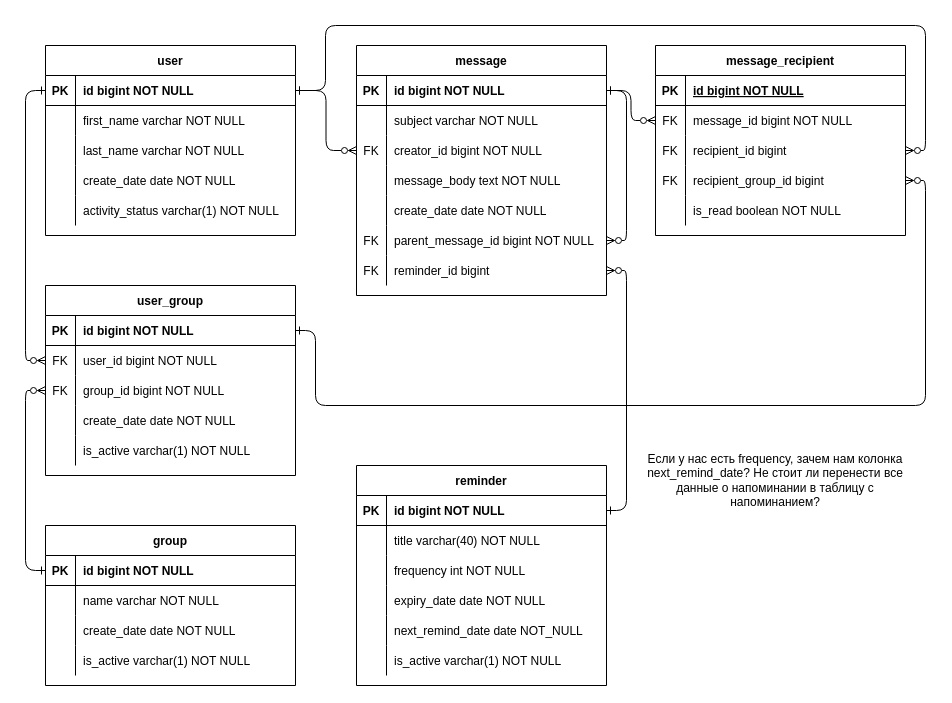
Before: diagrams/Users data.drawio in WayayueGyee/Social-network-backend, a draw.io diagram. Source tidied: cells renumbered, new cells numbered last; positions are measured from the earlier drawing's top-left corner, leaving out a move shared by most shapes. Both pictures are drawn from the tidied source at 100%, with x=0, y=0 at pixel (45, 25).
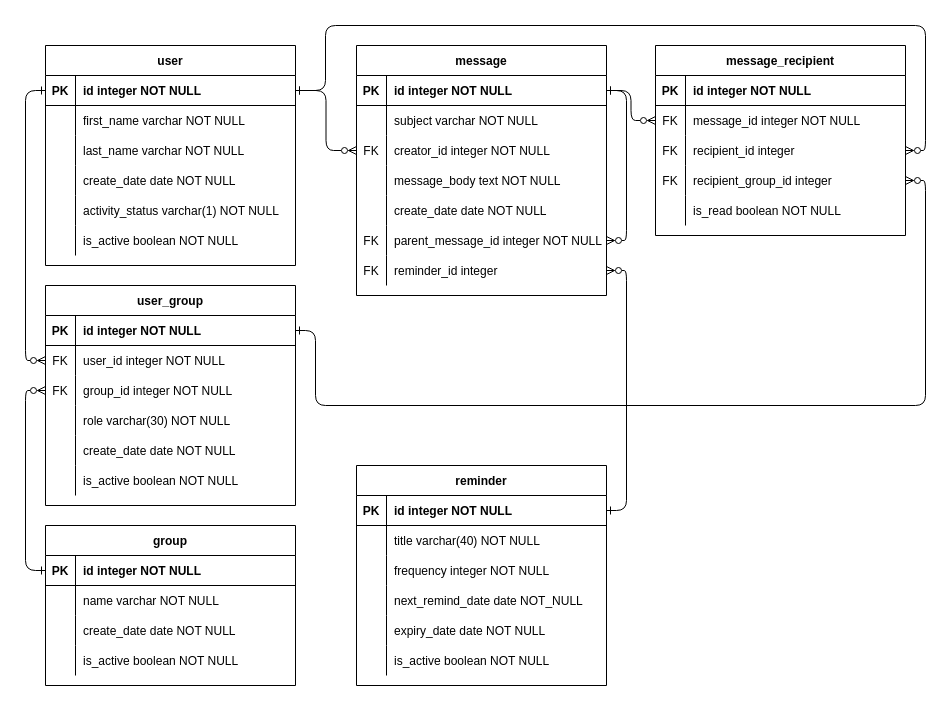
The same diagram, later.

Commit message:
Changed all bigint to integer.drawio

The change refers to these unchanged cells:
```xml
<mxCell id="4" style="shape=partialRectangle;fillColor=none;points=[[0,0.5],[1,0.5]];portConstraint=eastwest;top=0;left=0;right=0;bottom=1;" parent="2" vertex="1">
  <mxGeometry y="30" width="250" height="30" as="geometry" />
</mxCell>
<mxCell id="10" style="shape=partialRectangle;fillColor=none;points=[[0,0.5],[1,0.5]];portConstraint=eastwest;top=0;left=0;right=0;bottom=0;" parent="2" vertex="1">
  <mxGeometry y="90" width="250" height="30" as="geometry" />
</mxCell>
<mxCell id="19" style="shape=partialRectangle;fillColor=none;points=[[0,0.5],[1,0.5]];portConstraint=eastwest;top=0;left=0;right=0;bottom=0;" parent="2" vertex="1">
  <mxGeometry y="180" width="250" height="30" as="geometry" />
</mxCell>
<mxCell id="22" style="shape=partialRectangle;fillColor=none;points=[[0,0.5],[1,0.5]];portConstraint=eastwest;top=0;left=0;right=0;bottom=0;" parent="2" vertex="1">
  <mxGeometry y="210" width="250" height="30" as="geometry" />
</mxCell>
<mxCell id="26" style="shape=partialRectangle;fillColor=none;top=0;left=0;right=0;bottom=1;" parent="25" vertex="1">
  <mxGeometry y="30" width="250" height="30" as="geometry" />
</mxCell>
<mxCell id="29" style="shape=partialRectangle;fillColor=none;points=[[0,0.5],[1,0.5]];portConstraint=eastwest;top=0;left=0;right=0;bottom=0;" parent="25" vertex="1">
  <mxGeometry y="60" width="250" height="30" as="geometry" />
</mxCell>
<mxCell id="32" style="shape=partialRectangle;fillColor=none;points=[[0,0.5],[1,0.5]];portConstraint=eastwest;top=0;left=0;right=0;bottom=0;" parent="25" vertex="1">
  <mxGeometry y="90" width="250" height="30" as="geometry" />
</mxCell>
<mxCell id="35" style="shape=partialRectangle;fillColor=none;points=[[0,0.5],[1,0.5]];portConstraint=eastwest;top=0;left=0;right=0;bottom=0;" parent="25" vertex="1">
  <mxGeometry y="120" width="250" height="30" as="geometry" />
</mxCell>
<mxCell id="42" style="shape=partialRectangle;fillColor=none;points=[[0,0.5],[1,0.5]];portConstraint=eastwest;top=0;left=0;right=0;bottom=1;" parent="41" vertex="1">
  <mxGeometry y="30" width="250" height="30" as="geometry" />
</mxCell>
<mxCell id="58" style="shape=tableRow;horizontal=0;startSize=0;swimlaneHead=0;swimlaneBody=0;fillColor=none;points=[[0,0.5],[1,0.5]];portConstraint=eastwest;top=0;left=0;right=0;bottom=1;" parent="57" vertex="1">
  <mxGeometry y="30" width="250" height="30" as="geometry" />
</mxCell>
<mxCell id="61" style="shape=tableRow;horizontal=0;startSize=0;swimlaneHead=0;swimlaneBody=0;fillColor=none;points=[[0,0.5],[1,0.5]];portConstraint=eastwest;top=0;left=0;right=0;bottom=0;" parent="57" vertex="1">
  <mxGeometry y="60" width="250" height="30" as="geometry" />
</mxCell>
<mxCell id="64" style="shape=tableRow;horizontal=0;startSize=0;swimlaneHead=0;swimlaneBody=0;fillColor=none;points=[[0,0.5],[1,0.5]];portConstraint=eastwest;top=0;left=0;right=0;bottom=0;" parent="57" vertex="1">
  <mxGeometry y="90" width="250" height="30" as="geometry" />
</mxCell>
<mxCell id="74" style="shape=tableRow;horizontal=0;startSize=0;swimlaneHead=0;swimlaneBody=0;fillColor=none;points=[[0,0.5],[1,0.5]];portConstraint=eastwest;top=0;left=0;right=0;bottom=1;" parent="73" vertex="1">
  <mxGeometry y="30" width="250" height="30" as="geometry" />
</mxCell>
<mxCell id="83" style="shape=tableRow;horizontal=0;startSize=0;swimlaneHead=0;swimlaneBody=0;fillColor=none;top=0;left=0;right=0;bottom=0;" parent="73" vertex="1">
  <mxGeometry y="120" width="250" height="30" as="geometry" />
</mxCell>
<mxCell id="92" value="reminder" style="shape=table;startSize=30;childLayout=tableLayout;rowLines=0;fontStyle=1;align=center;" parent="1" vertex="1">
  <mxGeometry x="311" y="440" width="250" height="220" as="geometry" />
</mxCell>
<mxCell id="93" style="shape=tableRow;horizontal=0;startSize=0;swimlaneHead=0;swimlaneBody=0;fillColor=none;points=[[0,0.5],[1,0.5]];portConstraint=eastwest;top=0;left=0;right=0;bottom=1;" parent="92" vertex="1">
  <mxGeometry y="30" width="250" height="30" as="geometry" />
</mxCell>
<mxCell id="99" style="shape=tableRow;horizontal=0;startSize=0;swimlaneHead=0;swimlaneBody=0;fillColor=none;top=0;left=0;right=0;bottom=0;" parent="92" vertex="1">
  <mxGeometry y="90" width="250" height="30" as="geometry" />
</mxCell>
<mxCell id="108" style="shape=tableRow;horizontal=0;startSize=0;swimlaneHead=0;swimlaneBody=0;fillColor=none;top=0;left=0;right=0;bottom=0;" parent="92" vertex="1">
  <mxGeometry y="180" width="250" height="30" as="geometry" />
</mxCell>
```

The edit, as a diff of the source:
```diff
@@
-    <mxCell id="6" value="id bigint NOT NULL " style="shape=partialRectangle;overflow=hidden;fillColor=none;top=0;left=0;bottom=0;right=0;align=left;spacingLeft=6;fontStyle=1;" parent="4" vertex="1">
+    <mxCell id="6" value="id integer NOT NULL " style="shape=partialRectangle;overflow=hidden;fillColor=none;top=0;left=0;bottom=0;right=0;align=left;spacingLeft=6;fontStyle=1;" parent="4" vertex="1">
       <mxGeometry x="30" width="220" height="30" as="geometry" />
     </mxCell>
@@
-    <mxCell id="12" value="creator_id bigint NOT NULL" style="shape=partialRectangle;overflow=hidden;fillColor=none;top=0;left=0;bottom=0;right=0;align=left;spacingLeft=6;" parent="10" vertex="1">
+    <mxCell id="12" value="creator_id integer NOT NULL" style="shape=partialRectangle;overflow=hidden;fillColor=none;top=0;left=0;bottom=0;right=0;align=left;spacingLeft=6;" parent="10" vertex="1">
       <mxGeometry x="30" width="220" height="30" as="geometry" />
     </mxCell>
@@
-    <mxCell id="21" value="parent_message_id bigint NOT NULL" style="shape=partialRectangle;overflow=hidden;fillColor=none;top=0;left=0;bottom=0;right=0;align=left;spacingLeft=6;" parent="19" vertex="1">
+    <mxCell id="21" value="parent_message_id integer NOT NULL" style="shape=partialRectangle;overflow=hidden;fillColor=none;top=0;left=0;bottom=0;right=0;align=left;spacingLeft=6;" parent="19" vertex="1">
       <mxGeometry x="30" width="220" height="30" as="geometry" />
     </mxCell>
@@
-    <mxCell id="24" value="reminder_id bigint" style="shape=partialRectangle;overflow=hidden;fillColor=none;top=0;left=0;bottom=0;right=0;align=left;spacingLeft=6;fontStyle=0;" parent="22" vertex="1">
+    <mxCell id="24" value="reminder_id integer" style="shape=partialRectangle;overflow=hidden;fillColor=none;top=0;left=0;bottom=0;right=0;align=left;spacingLeft=6;fontStyle=0;" parent="22" vertex="1">
       <mxGeometry x="30" width="220" height="30" as="geometry" />
     </mxCell>
@@
-    <mxCell id="28" value="id bigint NOT NULL " style="shape=partialRectangle;overflow=hidden;fillColor=none;top=0;left=0;bottom=0;right=0;align=left;spacingLeft=6;fontStyle=5;" parent="26" vertex="1">
+    <mxCell id="28" value="id integer NOT NULL " style="shape=partialRectangle;overflow=hidden;fillColor=none;top=0;left=0;bottom=0;right=0;align=left;spacingLeft=6;fontStyle=1;" parent="26" vertex="1">
       <mxGeometry x="30" width="220" height="30" as="geometry" />
     </mxCell>
@@
-    <mxCell id="31" value="message_id bigint NOT NULL" style="shape=partialRectangle;overflow=hidden;fillColor=none;top=0;left=0;bottom=0;right=0;align=left;spacingLeft=6;" parent="29" vertex="1">
+    <mxCell id="31" value="message_id integer NOT NULL" style="shape=partialRectangle;overflow=hidden;fillColor=none;top=0;left=0;bottom=0;right=0;align=left;spacingLeft=6;" parent="29" vertex="1">
       <mxGeometry x="30" width="220" height="30" as="geometry" />
     </mxCell>
@@
-    <mxCell id="34" value="recipient_id bigint" style="shape=partialRectangle;overflow=hidden;fillColor=none;top=0;left=0;bottom=0;right=0;align=left;spacingLeft=6;" parent="32" vertex="1">
+    <mxCell id="34" value="recipient_id integer" style="shape=partialRectangle;overflow=hidden;fillColor=none;top=0;left=0;bottom=0;right=0;align=left;spacingLeft=6;" parent="32" vertex="1">
       <mxGeometry x="30" width="220" height="30" as="geometry" />
     </mxCell>
@@
-    <mxCell id="37" value="recipient_group_id bigint" style="shape=partialRectangle;overflow=hidden;fillColor=none;top=0;left=0;bottom=0;right=0;align=left;spacingLeft=6;" parent="35" vertex="1">
+    <mxCell id="37" value="recipient_group_id integer" style="shape=partialRectangle;overflow=hidden;fillColor=none;top=0;left=0;bottom=0;right=0;align=left;spacingLeft=6;" parent="35" vertex="1">
       <mxGeometry x="30" width="220" height="30" as="geometry" />
     </mxCell>
@@
     <mxCell id="41" value="user" style="shape=table;startSize=30;childLayout=tableLayout;rowLines=0;fontStyle=1;align=center;" parent="1" vertex="1">
-      <mxGeometry y="20" width="250" height="190" as="geometry" />
+      <mxGeometry y="20" width="250" height="220" as="geometry" />
     </mxCell>
@@
-    <mxCell id="44" value="id bigint NOT NULL " style="shape=partialRectangle;overflow=hidden;fillColor=none;top=0;left=0;bottom=0;right=0;align=left;spacingLeft=6;fontStyle=1;" parent="42" vertex="1">
+    <mxCell id="44" value="id integer NOT NULL " style="shape=partialRectangle;overflow=hidden;fillColor=none;top=0;left=0;bottom=0;right=0;align=left;spacingLeft=6;fontStyle=1;" parent="42" vertex="1">
       <mxGeometry x="30" width="220" height="30" as="geometry" />
     </mxCell>
@@
+    <mxCell id="113" style="shape=partialRectangle;fillColor=none;top=0;left=0;right=0;bottom=0;" parent="41" vertex="1">
+      <mxGeometry y="180" width="250" height="30" as="geometry" />
+    </mxCell>
+    <mxCell id="114" style="shape=partialRectangle;overflow=hidden;fillColor=none;top=0;left=0;bottom=0;right=0;" parent="113" vertex="1">
+      <mxGeometry width="30" height="30" as="geometry" />
+    </mxCell>
+    <mxCell id="115" value="is_active boolean NOT NULL" style="shape=partialRectangle;overflow=hidden;fillColor=none;top=0;left=0;bottom=0;right=0;align=left;spacingLeft=6;" parent="113" vertex="1">
+      <mxGeometry x="30" width="220" height="30" as="geometry" />
+    </mxCell>
     <mxCell id="57" value="user_group" style="shape=table;startSize=30;childLayout=tableLayout;rowLines=0;fontStyle=1;align=center;" parent="1" vertex="1">
-      <mxGeometry y="260" width="250" height="190" as="geometry" />
+      <mxGeometry y="260" width="250" height="220" as="geometry" />
     </mxCell>
@@
-    <mxCell id="60" value="id bigint NOT NULL" style="shape=partialRectangle;fillColor=none;top=0;left=0;bottom=0;right=0;align=left;spacingLeft=6;fontStyle=1;overflow=hidden;" parent="58" vertex="1">
+    <mxCell id="60" value="id integer NOT NULL" style="shape=partialRectangle;fillColor=none;top=0;left=0;bottom=0;right=0;align=left;spacingLeft=6;fontStyle=1;overflow=hidden;" parent="58" vertex="1">
       <mxGeometry x="30" width="220" height="30" as="geometry" />
     </mxCell>
@@
-    <mxCell id="63" value="user_id bigint NOT NULL" style="shape=partialRectangle;fillColor=none;top=0;left=0;bottom=0;right=0;align=left;spacingLeft=6;overflow=hidden;" parent="61" vertex="1">
+    <mxCell id="63" value="user_id integer NOT NULL" style="shape=partialRectangle;fillColor=none;top=0;left=0;bottom=0;right=0;align=left;spacingLeft=6;overflow=hidden;" parent="61" vertex="1">
       <mxGeometry x="30" width="220" height="30" as="geometry" />
     </mxCell>
@@
-    <mxCell id="66" value="group_id bigint NOT NULL" style="shape=partialRectangle;fillColor=none;top=0;left=0;bottom=0;right=0;align=left;spacingLeft=6;overflow=hidden;" parent="64" vertex="1">
+    <mxCell id="66" value="group_id integer NOT NULL" style="shape=partialRectangle;fillColor=none;top=0;left=0;bottom=0;right=0;align=left;spacingLeft=6;overflow=hidden;" parent="64" vertex="1">
       <mxGeometry x="30" width="220" height="30" as="geometry" />
     </mxCell>
+    <mxCell id="116" style="shape=tableRow;horizontal=0;startSize=0;swimlaneHead=0;swimlaneBody=0;fillColor=none;top=0;left=0;right=0;bottom=0;" parent="57" vertex="1">
+      <mxGeometry y="120" width="250" height="30" as="geometry" />
+    </mxCell>
+    <mxCell id="117" style="shape=partialRectangle;fillColor=none;top=0;left=0;bottom=0;right=0;overflow=hidden;" parent="116" vertex="1">
+      <mxGeometry width="30" height="30" as="geometry" />
+    </mxCell>
+    <mxCell id="118" value="role varchar(30) NOT NULL" style="shape=partialRectangle;fillColor=none;top=0;left=0;bottom=0;right=0;align=left;spacingLeft=6;overflow=hidden;" parent="116" vertex="1">
+      <mxGeometry x="30" width="220" height="30" as="geometry" />
+    </mxCell>
     <mxCell id="67" style="shape=tableRow;horizontal=0;startSize=0;swimlaneHead=0;swimlaneBody=0;fillColor=none;top=0;left=0;right=0;bottom=0;" parent="57" vertex="1">
-      <mxGeometry y="120" width="250" height="30" as="geometry" />
+      <mxGeometry y="150" width="250" height="30" as="geometry" />
     </mxCell>
@@
     <mxCell id="70" style="shape=tableRow;horizontal=0;startSize=0;swimlaneHead=0;swimlaneBody=0;fillColor=none;top=0;left=0;right=0;bottom=0;" parent="57" vertex="1">
-      <mxGeometry y="150" width="250" height="30" as="geometry" />
+      <mxGeometry y="180" width="250" height="30" as="geometry" />
     </mxCell>
-    <mxCell id="71" style="shape=partialRectangle;fillColor=none;top=0;left=0;bottom=0;right=0;overflow=hidden;" parent="70" vertex="1">
+    <mxCell id="71" value="    " style="shape=partialRectangle;fillColor=none;top=0;left=0;bottom=0;right=0;overflow=hidden;" parent="70" vertex="1">
       <mxGeometry width="30" height="30" as="geometry" />
     </mxCell>
-    <mxCell id="72" value="is_active varchar(1) NOT NULL" style="shape=partialRectangle;fillColor=none;top=0;left=0;bottom=0;right=0;align=left;spacingLeft=6;overflow=hidden;" parent="70" vertex="1">
+    <mxCell id="72" value="is_active boolean NOT NULL" style="shape=partialRectangle;fillColor=none;top=0;left=0;bottom=0;right=0;align=left;spacingLeft=6;overflow=hidden;" parent="70" vertex="1">
       <mxGeometry x="30" width="220" height="30" as="geometry" />
     </mxCell>
@@
-    <mxCell id="76" value="id bigint NOT NULL" style="shape=partialRectangle;fillColor=none;top=0;left=0;bottom=0;right=0;align=left;spacingLeft=6;fontStyle=1;overflow=hidden;" parent="74" vertex="1">
+    <mxCell id="76" value="id integer NOT NULL" style="shape=partialRectangle;fillColor=none;top=0;left=0;bottom=0;right=0;align=left;spacingLeft=6;fontStyle=1;overflow=hidden;" parent="74" vertex="1">
       <mxGeometry x="30" width="220" height="30" as="geometry" />
     </mxCell>
@@
-    <mxCell id="85" value="is_active varchar(1) NOT NULL" style="shape=partialRectangle;fillColor=none;top=0;left=0;bottom=0;right=0;align=left;spacingLeft=6;overflow=hidden;" parent="83" vertex="1">
+    <mxCell id="85" value="is_active boolean NOT NULL" style="shape=partialRectangle;fillColor=none;top=0;left=0;bottom=0;right=0;align=left;spacingLeft=6;overflow=hidden;" parent="83" vertex="1">
       <mxGeometry x="30" width="220" height="30" as="geometry" />
     </mxCell>
@@
-    <mxCell id="95" value="id bigint NOT NULL" style="shape=partialRectangle;fillColor=none;top=0;left=0;bottom=0;right=0;align=left;spacingLeft=6;fontStyle=1;overflow=hidden;" parent="93" vertex="1">
+    <mxCell id="95" value="id integer NOT NULL" style="shape=partialRectangle;fillColor=none;top=0;left=0;bottom=0;right=0;align=left;spacingLeft=6;fontStyle=1;overflow=hidden;" parent="93" vertex="1">
       <mxGeometry x="30" width="220" height="30" as="geometry" />
     </mxCell>
@@
-    <mxCell id="101" value="frequency int NOT NULL" style="shape=partialRectangle;fillColor=none;top=0;left=0;bottom=0;right=0;align=left;spacingLeft=6;overflow=hidden;" parent="99" vertex="1">
+    <mxCell id="101" value="frequency integer NOT NULL" style="shape=partialRectangle;fillColor=none;top=0;left=0;bottom=0;right=0;align=left;spacingLeft=6;overflow=hidden;" parent="99" vertex="1">
       <mxGeometry x="30" width="220" height="30" as="geometry" />
     </mxCell>
+    <mxCell id="105" style="shape=tableRow;horizontal=0;startSize=0;swimlaneHead=0;swimlaneBody=0;fillColor=none;top=0;left=0;right=0;bottom=0;" parent="92" vertex="1">
+      <mxGeometry y="120" width="250" height="30" as="geometry" />
+    </mxCell>
+    <mxCell id="106" style="shape=partialRectangle;fillColor=none;top=0;left=0;bottom=0;right=0;overflow=hidden;" parent="105" vertex="1">
+      <mxGeometry width="30" height="30" as="geometry" />
+    </mxCell>
+    <mxCell id="107" value="next_remind_date date NOT_NULL" style="shape=partialRectangle;fillColor=none;top=0;left=0;bottom=0;right=0;align=left;spacingLeft=6;overflow=hidden;" parent="105" vertex="1">
+      <mxGeometry x="30" width="220" height="30" as="geometry" />
+    </mxCell>
     <mxCell id="102" style="shape=tableRow;horizontal=0;startSize=0;swimlaneHead=0;swimlaneBody=0;fillColor=none;top=0;left=0;right=0;bottom=0;" parent="92" vertex="1">
-      <mxGeometry y="120" width="250" height="30" as="geometry" />
+      <mxGeometry y="150" width="250" height="30" as="geometry" />
     </mxCell>
@@
-    <mxCell id="105" style="shape=tableRow;horizontal=0;startSize=0;swimlaneHead=0;swimlaneBody=0;fillColor=none;top=0;left=0;right=0;bottom=0;" parent="92" vertex="1">
-      <mxGeometry y="150" width="250" height="30" as="geometry" />
-    </mxCell>
-    <mxCell id="106" style="shape=partialRectangle;fillColor=none;top=0;left=0;bottom=0;right=0;overflow=hidden;" parent="105" vertex="1">
-      <mxGeometry width="30" height="30" as="geometry" />
-    </mxCell>
-    <mxCell id="107" value="next_remind_date date NOT_NULL" style="shape=partialRectangle;fillColor=none;top=0;left=0;bottom=0;right=0;align=left;spacingLeft=6;overflow=hidden;" parent="105" vertex="1">
-      <mxGeometry x="30" width="220" height="30" as="geometry" />
-    </mxCell>
@@
-    <mxCell id="110" value="is_active varchar(1) NOT NULL" style="shape=partialRectangle;fillColor=none;top=0;left=0;bottom=0;right=0;align=left;spacingLeft=6;overflow=hidden;" parent="108" vertex="1">
+    <mxCell id="110" value="is_active boolean NOT NULL" style="shape=partialRectangle;fillColor=none;top=0;left=0;bottom=0;right=0;align=left;spacingLeft=6;overflow=hidden;" parent="108" vertex="1">
       <mxGeometry x="30" width="220" height="30" as="geometry" />
     </mxCell>
-    <mxCell id="111" value="Если у нас есть frequency, зачем нам колонка next_remind_date? Не стоит ли перенести все данные о напоминании в таблицу с напоминанием?" style="text;html=1;strokeColor=none;fillColor=none;align=center;verticalAlign=middle;whiteSpace=wrap;rounded=0;" parent="1" vertex="1">
-      <mxGeometry x="590" y="410" width="280" height="90" as="geometry" />
-    </mxCell>
```
